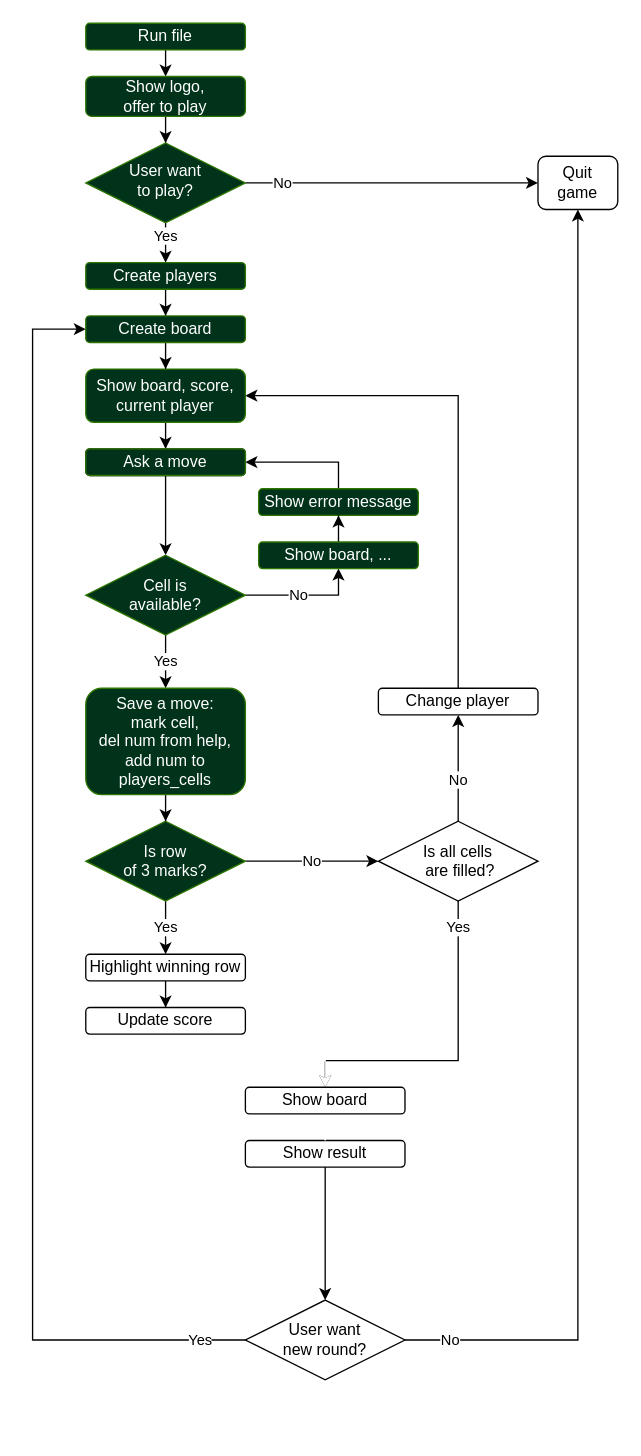
This is flowchart.drawio from k-yakovlev/tic-tac-toe, a draw.io file, before an edit. Source tidied: cells renumbered, new cells numbered last; positions are measured from the earlier drawing's top-left corner, leaving out a move shared by most shapes. Both pictures are drawn from the tidied source at 133%, with x=0, y=0 at pixel (32, 23).
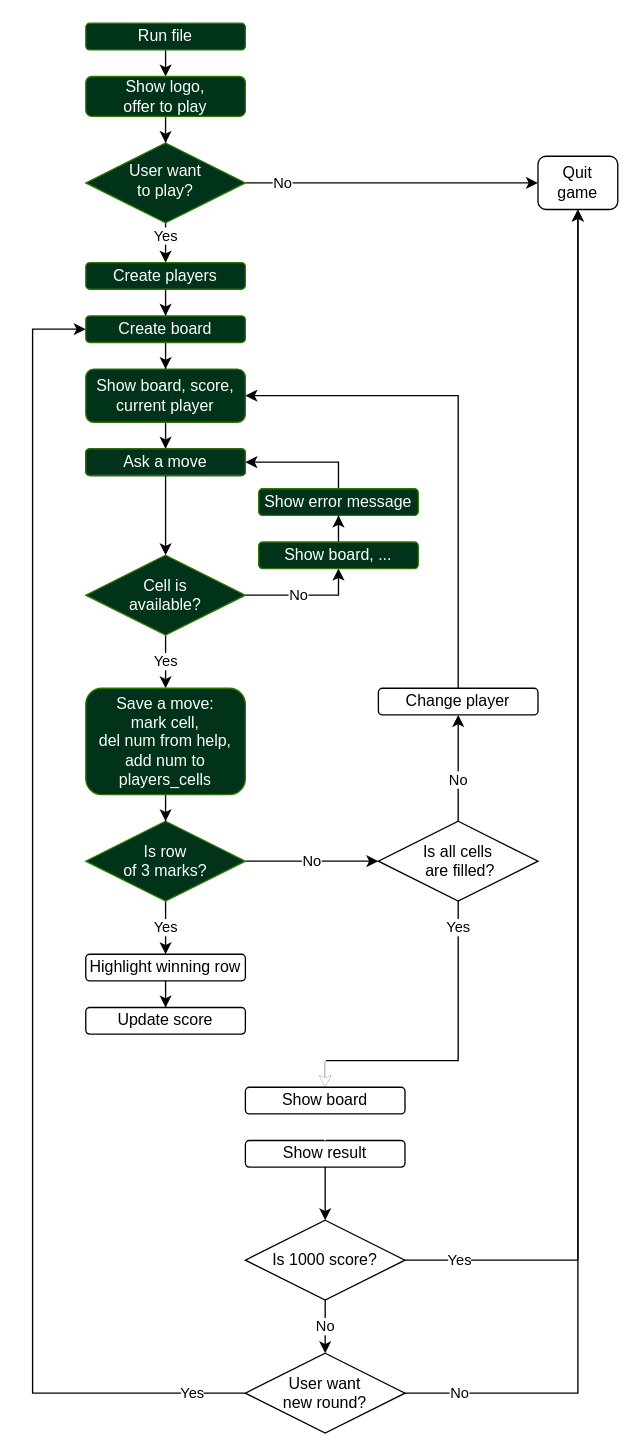
The same page after the edit.

Commit message (it also covers changes not shown here):
Fix is_1000_wins() to is_1000_score(). Fix flowchart

Unchanged cells that the change refers to:
```xml
<mxCell id="8" value="Quit &lt;br&gt;game" style="rounded=1;whiteSpace=wrap;html=1;fontSize=12;glass=0;strokeWidth=1;shadow=0;" parent="1" vertex="1">
  <mxGeometry x="380" y="100" width="60" height="40" as="geometry" />
</mxCell>
<mxCell id="36" value="Show result" style="whiteSpace=wrap;html=1;rounded=1;" parent="1" vertex="1">
  <mxGeometry x="160" y="840" width="120" height="20" as="geometry" />
</mxCell>
<mxCell id="38" value="Create board" style="rounded=1;whiteSpace=wrap;html=1;strokeColor=#2D7600;fontColor=#ffffff;fillColor=#00331A;" parent="1" vertex="1">
  <mxGeometry x="40" y="220" width="120" height="20" as="geometry" />
</mxCell>
```

Diff of the diagram source:
```diff
@@
     <mxCell id="32" value="No" style="edgeStyle=orthogonalEdgeStyle;rounded=0;jettySize=auto;html=1;" parent="1" edge="1" source="34" target="8">
-      <mxGeometry x="-0.93" relative="1" as="geometry" />
+      <mxGeometry x="-0.92" relative="1" as="geometry" />
     </mxCell>
     <mxCell id="33" value="Yes" style="edgeStyle=orthogonalEdgeStyle;rounded=0;jettySize=auto;html=1;exitX=0;exitY=0.5;exitDx=0;exitDy=0;entryX=0;entryY=0.5;entryDx=0;entryDy=0;" parent="1" edge="1" source="34" target="38">
-      <mxGeometry x="-0.93" relative="1" as="geometry">
+      <mxGeometry x="-0.92" relative="1" as="geometry">
         <Array as="points">
-          <mxPoint y="990" />
+          <mxPoint y="1030" />
           <mxPoint y="230" />
         </Array>
       </mxGeometry>
     </mxCell>
     <mxCell id="34" value="User want&lt;br&gt;new round?" style="rhombus;whiteSpace=wrap;html=1;" parent="1" vertex="1">
-      <mxGeometry x="160" y="960" width="120" height="60" as="geometry" />
+      <mxGeometry x="160" y="1000" width="120" height="60" as="geometry" />
     </mxCell>
-    <mxCell id="35" style="edgeStyle=orthogonalEdgeStyle;rounded=0;jettySize=auto;html=1;entryX=0.5;entryY=0;entryDx=0;entryDy=0;" parent="1" edge="1" source="36" target="34">
-      <mxGeometry relative="1" as="geometry" />
-    </mxCell>
+    <mxCell id="47" style="edgeStyle=orthogonalEdgeStyle;rounded=0;jettySize=auto;html=1;entryX=0.5;entryY=0;entryDx=0;entryDy=0;" parent="1" edge="1" source="36" target="50">
+      <mxGeometry relative="1" as="geometry" />
+    </mxCell>
@@
+    <mxCell id="48" value="No" style="edgeStyle=orthogonalEdgeStyle;rounded=0;jettySize=auto;html=1;entryX=0.5;entryY=0;entryDx=0;entryDy=0;" parent="1" edge="1" source="50" target="34">
+      <mxGeometry relative="1" as="geometry" />
+    </mxCell>
+    <mxCell id="49" value="Yes" style="edgeStyle=orthogonalEdgeStyle;rounded=0;jettySize=auto;html=1;entryX=0.5;entryY=1;entryDx=0;entryDy=0;" parent="1" edge="1" source="50" target="8">
+      <mxGeometry x="-0.91" relative="1" as="geometry" />
+    </mxCell>
+    <mxCell id="50" value="Is 1000 score?" style="rhombus;whiteSpace=wrap;html=1;" parent="1" vertex="1">
+      <mxGeometry x="160" y="900" width="120" height="60" as="geometry" />
+    </mxCell>
```
